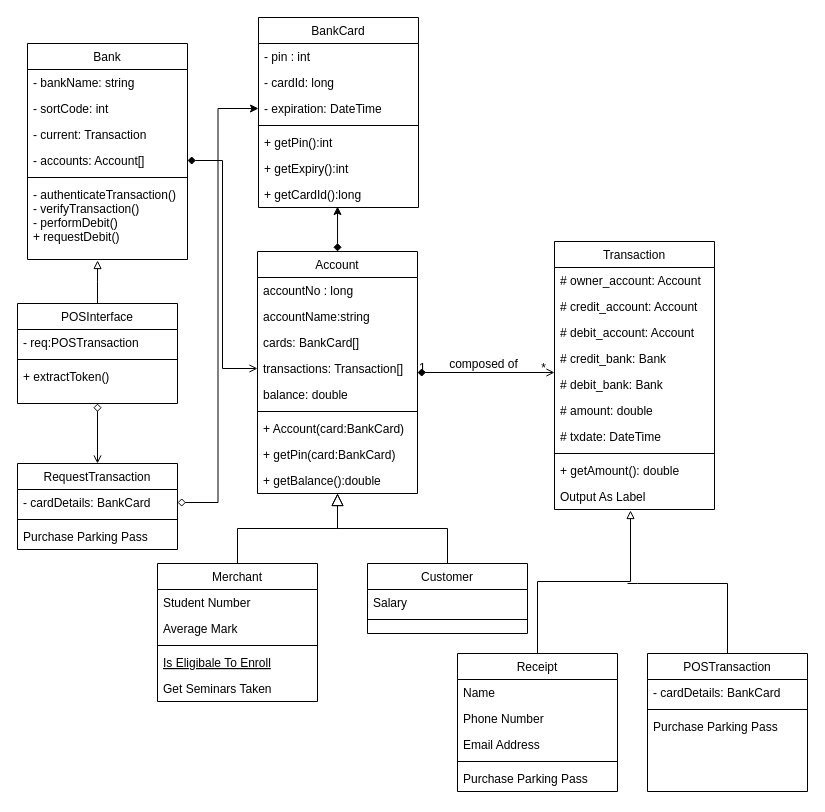
Above: schema/POS classes.drawio in deeperj/rust (draw.io), before the change. Source tidied: cells renumbered, new cells numbered last; positions are measured from the earlier drawing's top-left corner, leaving out a move shared by most shapes. Both pictures are drawn from the tidied source at 100%, with x=0, y=0 at pixel (17, 17).
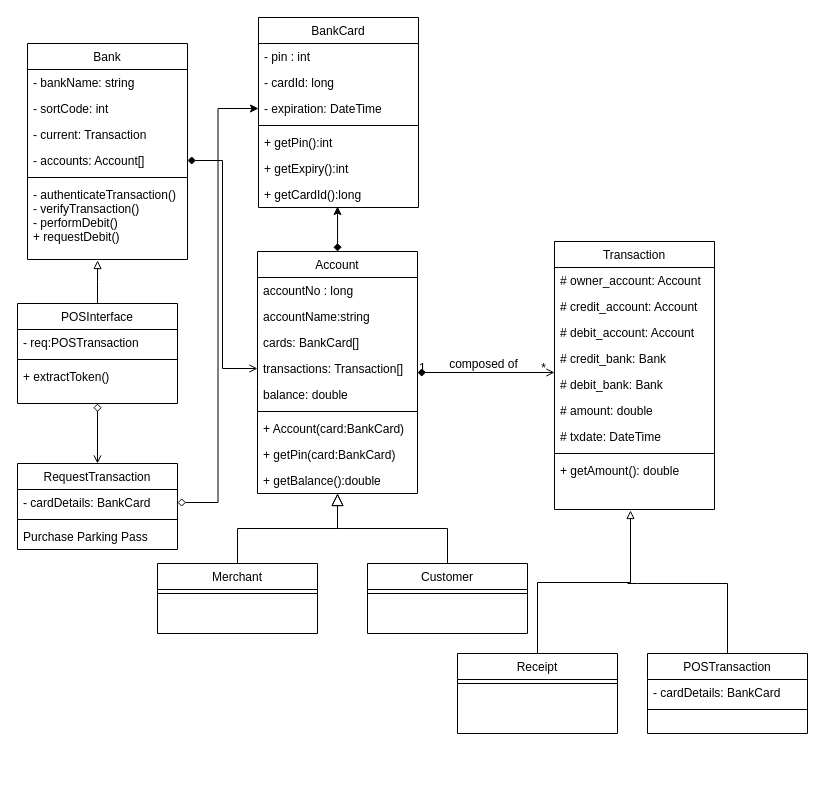
The same page after the edit.

The change refers to these unchanged cells:
```xml
<mxCell id="34" value="Transaction" style="swimlane;fontStyle=0;align=center;verticalAlign=top;horizontal=1;startSize=26;rounded=0;shadow=0;strokeWidth=1;" parent="1" vertex="1">
  <mxGeometry x="537" y="224" width="160" height="268" as="geometry" />
</mxCell>
<mxCell id="57" value="Customer" style="swimlane;fontStyle=0;align=center;verticalAlign=top;horizontal=1;startSize=26;rounded=0;shadow=0;strokeWidth=1;" parent="1" vertex="1">
  <mxGeometry x="350" y="546" width="160" height="70" as="geometry" />
</mxCell>
```

What changed in the source:
```diff
@@
-    <mxCell id="44" value="Output As Label" style="text;align=left;verticalAlign=top;spacingLeft=4;spacingRight=4;overflow=hidden;points=[[0,0.5],[1,0.5]];portConstraint=eastwest;" parent="34" vertex="1">
-      <mxGeometry y="242" width="160" height="26" as="geometry" />
-    </mxCell>
@@
     <mxCell id="51" value="Merchant" style="swimlane;fontStyle=0;align=center;verticalAlign=top;horizontal=1;startSize=26;rounded=0;shadow=0;strokeWidth=1;" parent="1" vertex="1">
-      <mxGeometry x="140" y="546" width="160" height="138" as="geometry" />
+      <mxGeometry x="140" y="546" width="160" height="70" as="geometry" />
     </mxCell>
-    <mxCell id="52" value="Student Number" style="text;align=left;verticalAlign=top;spacingLeft=4;spacingRight=4;overflow=hidden;" parent="51" vertex="1">
-      <mxGeometry y="26" width="160" height="26" as="geometry" />
-    </mxCell>
-    <mxCell id="53" value="Average Mark" style="text;align=left;verticalAlign=top;spacingLeft=4;spacingRight=4;overflow=hidden;rounded=0;shadow=0;html=0;" parent="51" vertex="1">
-      <mxGeometry y="52" width="160" height="26" as="geometry" />
-    </mxCell>
     <mxCell id="54" style="line;html=1;strokeWidth=1;align=left;verticalAlign=middle;spacingTop=-1;spacingLeft=3;spacingRight=3;labelPosition=right;" parent="51" vertex="1">
-      <mxGeometry y="78" width="160" height="8" as="geometry" />
+      <mxGeometry y="26" width="160" height="8" as="geometry" />
     </mxCell>
-    <mxCell id="55" value="Is Eligibale To Enroll" style="text;align=left;verticalAlign=top;spacingLeft=4;spacingRight=4;overflow=hidden;fontStyle=4;" parent="51" vertex="1">
-      <mxGeometry y="86" width="160" height="26" as="geometry" />
-    </mxCell>
-    <mxCell id="56" value="Get Seminars Taken" style="text;align=left;verticalAlign=top;spacingLeft=4;spacingRight=4;overflow=hidden;" parent="51" vertex="1">
-      <mxGeometry y="112" width="160" height="26" as="geometry" />
-    </mxCell>
@@
-    <mxCell id="58" value="Salary" style="text;align=left;verticalAlign=top;spacingLeft=4;spacingRight=4;overflow=hidden;" parent="57" vertex="1">
-      <mxGeometry y="26" width="160" height="26" as="geometry" />
-    </mxCell>
     <mxCell id="59" style="line;html=1;strokeWidth=1;align=left;verticalAlign=middle;spacingTop=-1;spacingLeft=3;spacingRight=3;labelPosition=right;" parent="57" vertex="1">
-      <mxGeometry y="52" width="160" height="8" as="geometry" />
+      <mxGeometry y="26" width="160" height="8" as="geometry" />
     </mxCell>
-    <mxCell id="60" style="edgeStyle=orthogonalEdgeStyle;rounded=0;jettySize=auto;html=1;entryX=0.475;entryY=1.038;entryDx=0;entryDy=0;entryPerimeter=0;startArrow=none;startFill=0;endArrow=block;endFill=0;" parent="1" edge="1" source="61" target="44">
-      <mxGeometry relative="1" as="geometry" />
+    <mxCell id="60" style="edgeStyle=orthogonalEdgeStyle;rounded=0;jettySize=auto;html=1;entryX=0.475;entryY=1.038;entryDx=0;entryDy=0;entryPerimeter=0;startArrow=none;startFill=0;endArrow=block;endFill=0;" parent="1" edge="1" source="61">
+      <mxGeometry relative="1" as="geometry">
+        <mxPoint x="613" y="493" as="targetPoint" />
+        <Array as="points">
+          <mxPoint x="520" y="565" />
+          <mxPoint x="613" y="565" />
+        </Array>
+      </mxGeometry>
     </mxCell>
     <mxCell id="61" value="Receipt" style="swimlane;fontStyle=0;align=center;verticalAlign=top;horizontal=1;startSize=26;rounded=0;shadow=0;strokeWidth=1;" parent="1" vertex="1">
-      <mxGeometry x="440" y="636" width="160" height="138" as="geometry" />
+      <mxGeometry x="440" y="636" width="160" height="80" as="geometry" />
     </mxCell>
-    <mxCell id="62" value="Name" style="text;align=left;verticalAlign=top;spacingLeft=4;spacingRight=4;overflow=hidden;" parent="61" vertex="1">
-      <mxGeometry y="26" width="160" height="26" as="geometry" />
-    </mxCell>
-    <mxCell id="63" value="Phone Number" style="text;align=left;verticalAlign=top;spacingLeft=4;spacingRight=4;overflow=hidden;rounded=0;shadow=0;html=0;" parent="61" vertex="1">
-      <mxGeometry y="52" width="160" height="26" as="geometry" />
-    </mxCell>
-    <mxCell id="64" value="Email Address" style="text;align=left;verticalAlign=top;spacingLeft=4;spacingRight=4;overflow=hidden;rounded=0;shadow=0;html=0;" parent="61" vertex="1">
-      <mxGeometry y="78" width="160" height="26" as="geometry" />
-    </mxCell>
     <mxCell id="65" style="line;html=1;strokeWidth=1;align=left;verticalAlign=middle;spacingTop=-1;spacingLeft=3;spacingRight=3;labelPosition=right;" parent="61" vertex="1">
-      <mxGeometry y="104" width="160" height="8" as="geometry" />
+      <mxGeometry y="26" width="160" height="8" as="geometry" />
     </mxCell>
-    <mxCell id="66" value="Purchase Parking Pass" style="text;align=left;verticalAlign=top;spacingLeft=4;spacingRight=4;overflow=hidden;" parent="61" vertex="1">
-      <mxGeometry y="112" width="160" height="26" as="geometry" />
-    </mxCell>
     <mxCell id="67" value="POSTransaction" style="swimlane;fontStyle=0;align=center;verticalAlign=top;horizontal=1;startSize=26;rounded=0;shadow=0;strokeWidth=1;" parent="1" vertex="1">
-      <mxGeometry x="630" y="636" width="160" height="138" as="geometry" />
+      <mxGeometry x="630" y="636" width="160" height="80" as="geometry" />
     </mxCell>
@@
-    <mxCell id="70" value="Purchase Parking Pass" style="text;align=left;verticalAlign=top;spacingLeft=4;spacingRight=4;overflow=hidden;" parent="67" vertex="1">
-      <mxGeometry y="60" width="160" height="26" as="geometry" />
-    </mxCell>
```
